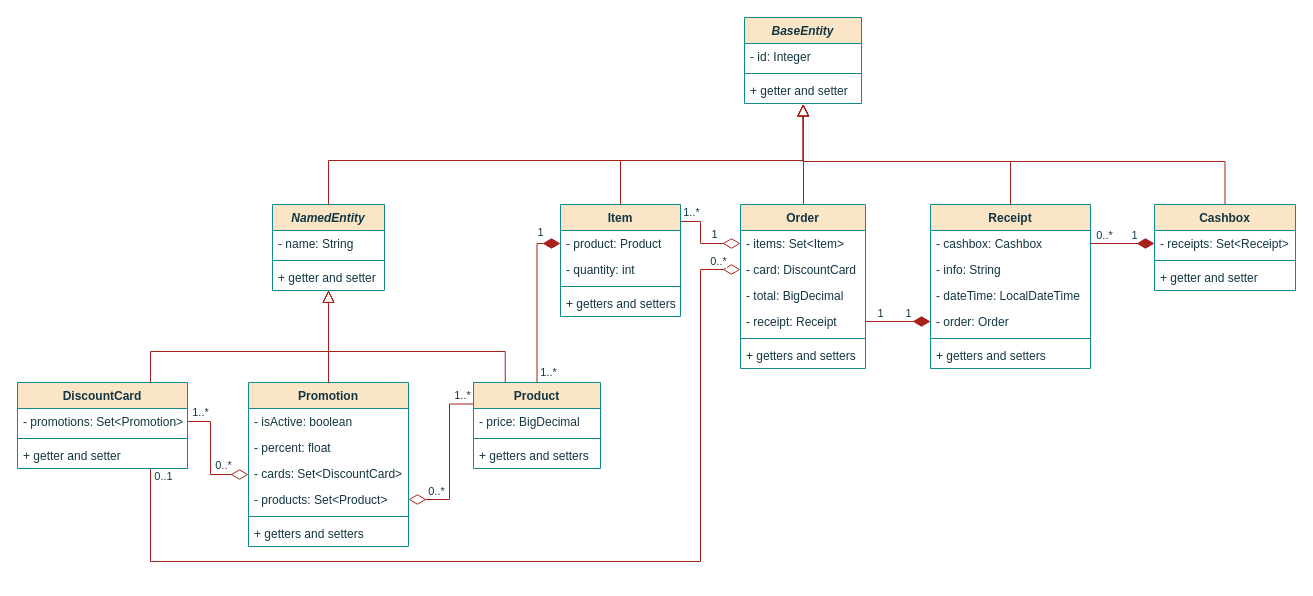
This is diagram/uml-class-diagram.drawio from dyskop/receipt-demo, a draw.io file, before an edit. Source tidied: cells renumbered, new cells numbered last; positions are measured from the earlier drawing's top-left corner, leaving out a move shared by most shapes. Both pictures are drawn from the tidied source at 100%, with x=0, y=0 at pixel (17, 17).
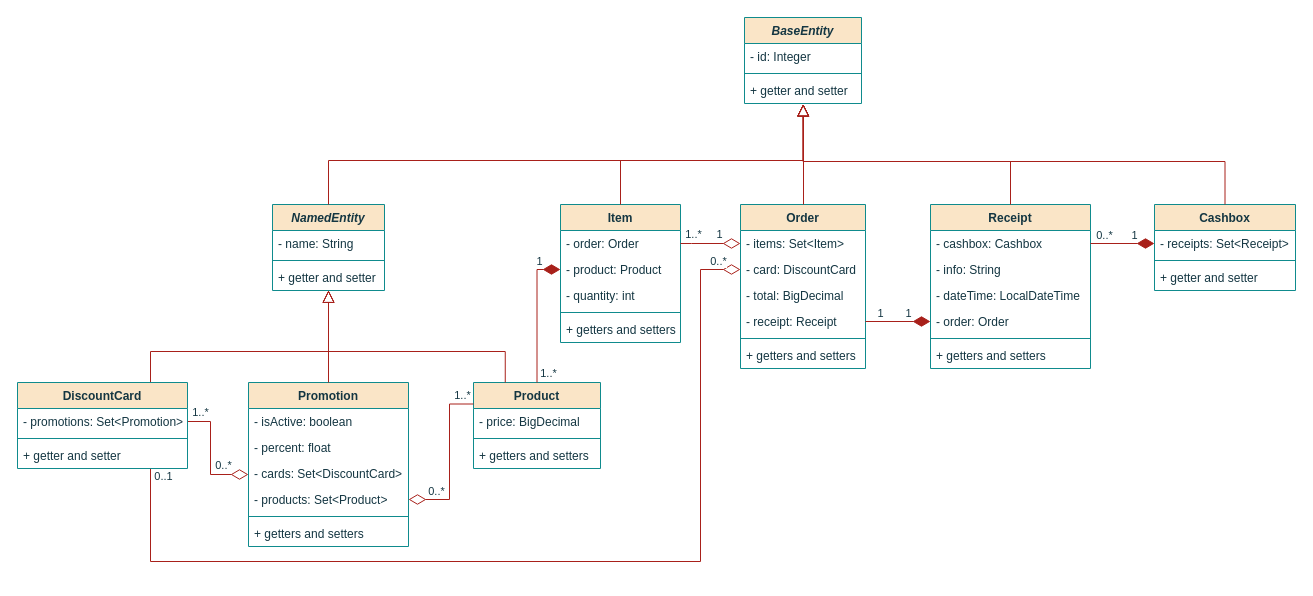
The same diagram, later.

The change refers to these unchanged cells:
```xml
<mxCell id="6" value="Product" style="swimlane;fontStyle=1;align=center;verticalAlign=top;horizontal=1;startSize=26;rounded=0;shadow=0;strokeWidth=1;labelBackgroundColor=none;fillColor=#FAE5C7;strokeColor=#0F8B8D;fontColor=#143642;" parent="1" vertex="1">
  <mxGeometry x="456" y="365" width="127" height="86" as="geometry" />
</mxCell>
<mxCell id="22" value="- items: Set&lt;Item&gt;" style="text;align=left;verticalAlign=top;spacingLeft=4;spacingRight=4;overflow=hidden;points=[[0,0.5],[1,0.5]];portConstraint=eastwest;rounded=0;labelBackgroundColor=none;fontColor=#143642;" parent="21" vertex="1">
  <mxGeometry y="26" width="125" height="26" as="geometry" />
</mxCell>
```

What changed in the source:
```diff
@@
     <mxCell id="50" style="endArrow=diamondThin;endFill=1;endSize=15;html=1;rounded=0;fontFamily=Helvetica;fontSize=12;fontColor=default;startSize=15;edgeStyle=orthogonalEdgeStyle;exitX=0.5;exitY=0;exitDx=0;exitDy=0;labelBackgroundColor=none;strokeColor=#A8201A;entryX=0;entryY=0.5;entryDx=0;entryDy=0;" parent="1" edge="1" source="6" target="67">
       <mxGeometry relative="1" as="geometry">
         <Array as="points">
-          <mxPoint x="519" y="226" />
+          <mxPoint x="519" y="252" />
         </Array>
       </mxGeometry>
     </mxCell>
     <mxCell id="51" value="1" style="edgeLabel;html=1;align=center;verticalAlign=middle;fontColor=#143642;" parent="50" vertex="1">
       <mxGeometry x="0.66" y="2" relative="1" as="geometry">
-        <mxPoint x="5" y="-16" as="offset" />
+        <mxPoint x="2" y="-7" as="offset" />
       </mxGeometry>
     </mxCell>
@@
     <mxCell id="66" value="Item" style="swimlane;fontStyle=1;align=center;verticalAlign=top;horizontal=1;startSize=26;rounded=0;shadow=0;strokeWidth=1;labelBackgroundColor=none;fillColor=#FAE5C7;strokeColor=#0F8B8D;fontColor=#143642;" parent="1" vertex="1">
-      <mxGeometry x="543" y="187" width="120" height="112" as="geometry" />
+      <mxGeometry x="543" y="187" width="120" height="138" as="geometry" />
     </mxCell>
+    <mxCell id="77" value="- order: Order" style="text;align=left;verticalAlign=top;spacingLeft=4;spacingRight=4;overflow=hidden;points=[[0,0.5],[1,0.5]];portConstraint=eastwest;rounded=0;labelBackgroundColor=none;fontColor=#143642;" parent="66" vertex="1">
+      <mxGeometry y="26" width="120" height="26" as="geometry" />
+    </mxCell>
     <mxCell id="67" value="- product: Product" style="text;align=left;verticalAlign=top;spacingLeft=4;spacingRight=4;overflow=hidden;points=[[0,0.5],[1,0.5]];portConstraint=eastwest;rounded=0;labelBackgroundColor=none;fontColor=#143642;" parent="66" vertex="1">
-      <mxGeometry y="26" width="120" height="26" as="geometry" />
+      <mxGeometry y="52" width="120" height="26" as="geometry" />
     </mxCell>
     <mxCell id="68" value="- quantity: int" style="text;align=left;verticalAlign=top;spacingLeft=4;spacingRight=4;overflow=hidden;rounded=0;labelBackgroundColor=none;fontColor=#143642;" parent="66" vertex="1">
-      <mxGeometry y="52" width="120" height="26" as="geometry" />
+      <mxGeometry y="78" width="120" height="26" as="geometry" />
     </mxCell>
     <mxCell id="69" style="line;html=1;strokeWidth=1;align=left;verticalAlign=middle;spacingTop=-1;spacingLeft=3;spacingRight=3;labelPosition=right;rounded=0;labelBackgroundColor=none;fillColor=#FAE5C7;strokeColor=#0F8B8D;fontColor=#143642;" parent="66" vertex="1">
-      <mxGeometry y="78" width="120" height="8" as="geometry" />
+      <mxGeometry y="104" width="120" height="8" as="geometry" />
     </mxCell>
     <mxCell id="70" value="+ getters and setters" style="text;align=left;verticalAlign=top;spacingLeft=4;spacingRight=4;overflow=hidden;rounded=0;labelBackgroundColor=none;fontColor=#143642;" parent="66" vertex="1">
-      <mxGeometry y="86" width="120" height="26" as="geometry" />
+      <mxGeometry y="112" width="120" height="26" as="geometry" />
     </mxCell>
@@
-    <mxCell id="74" style="endArrow=diamondThin;endFill=0;endSize=15;html=1;rounded=0;fontFamily=Helvetica;fontSize=12;fontColor=default;startSize=15;edgeStyle=orthogonalEdgeStyle;labelBackgroundColor=none;strokeColor=#A8201A;entryX=0;entryY=0.5;entryDx=0;entryDy=0;" parent="1" edge="1" source="66" target="22">
+    <mxCell id="74" style="endArrow=diamondThin;endFill=0;endSize=15;html=1;rounded=0;fontFamily=Helvetica;fontSize=12;fontColor=default;startSize=15;edgeStyle=orthogonalEdgeStyle;labelBackgroundColor=none;strokeColor=#A8201A;entryX=0;entryY=0.5;entryDx=0;entryDy=0;exitX=1;exitY=0.5;exitDx=0;exitDy=0;" parent="1" edge="1" source="77" target="22">
       <mxGeometry x="0.05" y="4" relative="1" as="geometry">
         <Array as="points">
-          <mxPoint x="683" y="204" />
-          <mxPoint x="683" y="226" />
+          <mxPoint x="674" y="226" />
+          <mxPoint x="674" y="226" />
         </Array>
       </mxGeometry>
     </mxCell>
@@
     <mxCell id="76" value="1..*" style="edgeLabel;html=1;align=center;verticalAlign=middle;fontColor=#143642;" parent="74" vertex="1">
       <mxGeometry x="-0.86" relative="1" as="geometry">
-        <mxPoint x="4" y="-10" as="offset" />
+        <mxPoint x="8" y="-10" as="offset" />
       </mxGeometry>
     </mxCell>
```
